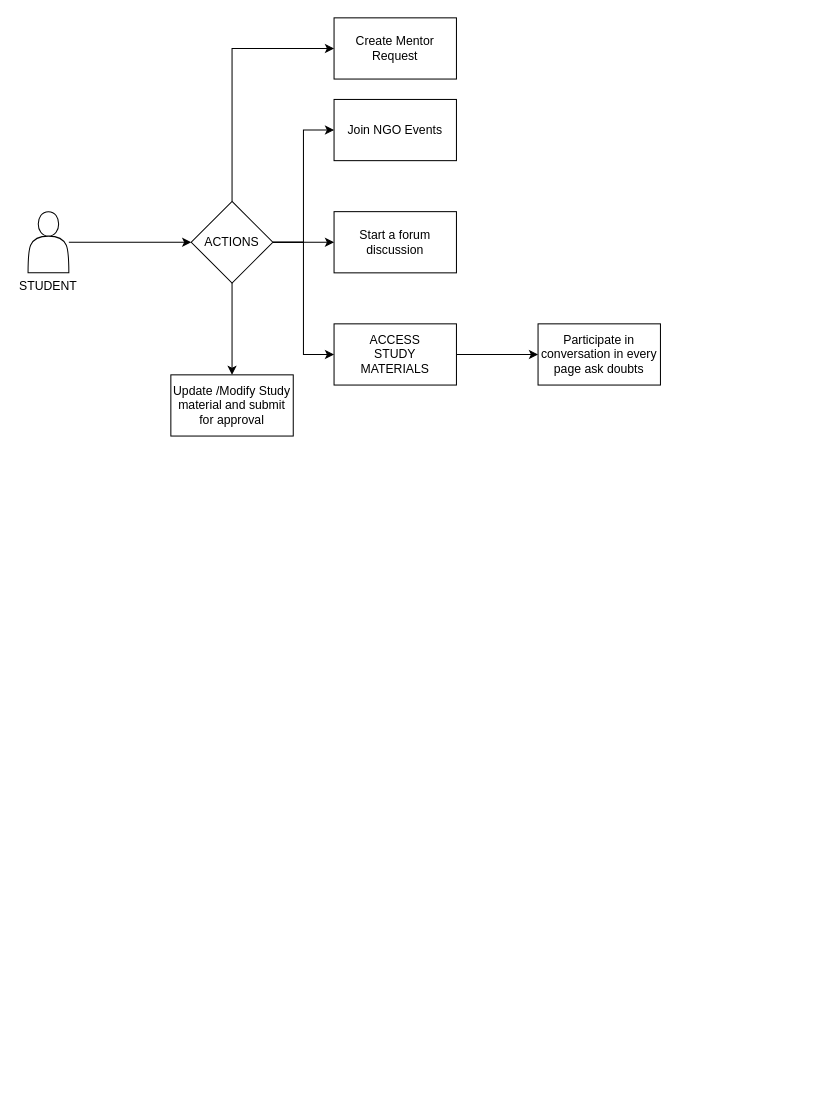
mraniketr/Collaborative-Study-Portal keeps this draw.io diagram as page "User Interaction" (3 of 3) of Documentation/System Design.drawio. Above is the earlier version. Source tidied: cells renumbered, new cells numbered last; positions are measured from the earlier drawing's top-left corner, leaving out a move shared by most shapes. Both pictures are drawn from the tidied source at 102%, with x=0, y=0 at pixel (28, 17).
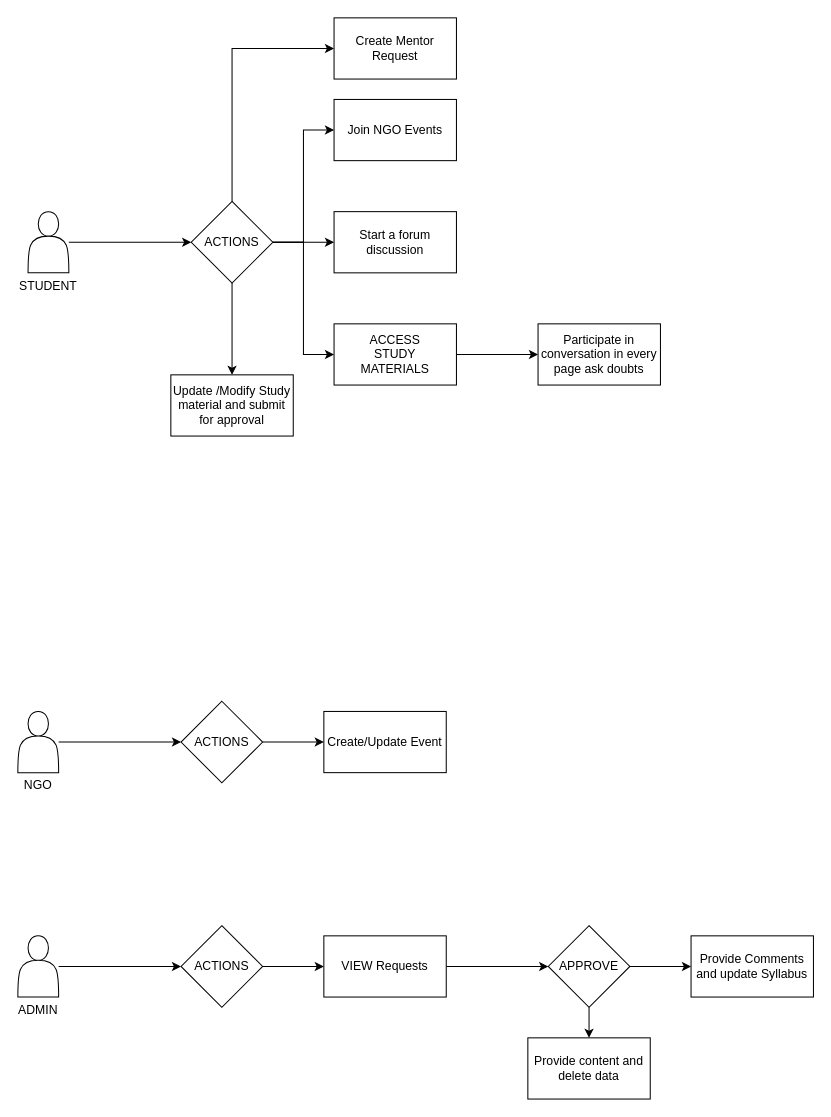
The same page after the edit.

The edit, as a diff of the source:
```diff
@@
+    <mxCell id="17" style="edgeStyle=orthogonalEdgeStyle;rounded=0;jettySize=auto;html=1;" parent="1" edge="1" source="18" target="20">
+      <mxGeometry relative="1" as="geometry" />
+    </mxCell>
+    <mxCell id="18" value="&lt;br&gt;&lt;br&gt;&lt;br&gt;&lt;br&gt;&lt;br&gt;&lt;br&gt;NGO" style="shape=actor;whiteSpace=wrap;html=1;" parent="1" vertex="1">
+      <mxGeometry x="-10" y="680" width="40" height="60" as="geometry" />
+    </mxCell>
+    <mxCell id="19" style="edgeStyle=orthogonalEdgeStyle;rounded=0;jettySize=auto;html=1;" parent="1" edge="1" source="20" target="21">
+      <mxGeometry relative="1" as="geometry" />
+    </mxCell>
+    <mxCell id="20" value="ACTIONS" style="rhombus;whiteSpace=wrap;html=1;" parent="1" vertex="1">
+      <mxGeometry x="150" y="670" width="80" height="80" as="geometry" />
+    </mxCell>
+    <mxCell id="21" value="Create/Update Event" style="whiteSpace=wrap;html=1;" parent="1" vertex="1">
+      <mxGeometry x="290" y="680" width="120" height="60" as="geometry" />
+    </mxCell>
+    <mxCell id="22" style="edgeStyle=orthogonalEdgeStyle;rounded=0;jettySize=auto;html=1;" parent="1" edge="1" source="23" target="25">
+      <mxGeometry relative="1" as="geometry" />
+    </mxCell>
+    <mxCell id="23" value="&lt;br&gt;&lt;br&gt;&lt;br&gt;&lt;br&gt;&lt;br&gt;&lt;br&gt;ADMIN" style="shape=actor;whiteSpace=wrap;html=1;" parent="1" vertex="1">
+      <mxGeometry x="-10" y="900" width="40" height="60" as="geometry" />
+    </mxCell>
+    <mxCell id="24" style="edgeStyle=orthogonalEdgeStyle;rounded=0;jettySize=auto;html=1;" parent="1" edge="1" source="25" target="27">
+      <mxGeometry relative="1" as="geometry" />
+    </mxCell>
+    <mxCell id="25" value="ACTIONS" style="rhombus;whiteSpace=wrap;html=1;" parent="1" vertex="1">
+      <mxGeometry x="150" y="890" width="80" height="80" as="geometry" />
+    </mxCell>
+    <mxCell id="26" style="edgeStyle=orthogonalEdgeStyle;rounded=0;jettySize=auto;html=1;" parent="1" edge="1" source="27" target="30">
+      <mxGeometry relative="1" as="geometry" />
+    </mxCell>
+    <mxCell id="27" value="VIEW Requests" style="whiteSpace=wrap;html=1;" parent="1" vertex="1">
+      <mxGeometry x="290" y="900" width="120" height="60" as="geometry" />
+    </mxCell>
+    <mxCell id="28" style="edgeStyle=orthogonalEdgeStyle;rounded=0;jettySize=auto;html=1;" parent="1" edge="1" source="30" target="31">
+      <mxGeometry relative="1" as="geometry" />
+    </mxCell>
+    <mxCell id="29" style="edgeStyle=orthogonalEdgeStyle;rounded=0;jettySize=auto;html=1;" parent="1" edge="1" source="30" target="32">
+      <mxGeometry relative="1" as="geometry" />
+    </mxCell>
+    <mxCell id="30" value="APPROVE" style="rhombus;whiteSpace=wrap;html=1;" parent="1" vertex="1">
+      <mxGeometry x="510" y="890" width="80" height="80" as="geometry" />
+    </mxCell>
+    <mxCell id="31" value="Provide Comments and update Syllabus" style="whiteSpace=wrap;html=1;" parent="1" vertex="1">
+      <mxGeometry x="650" y="900" width="120" height="60" as="geometry" />
+    </mxCell>
+    <mxCell id="32" value="Provide content and delete data" style="whiteSpace=wrap;html=1;" parent="1" vertex="1">
+      <mxGeometry x="490" y="1000" width="120" height="60" as="geometry" />
+    </mxCell>
```
